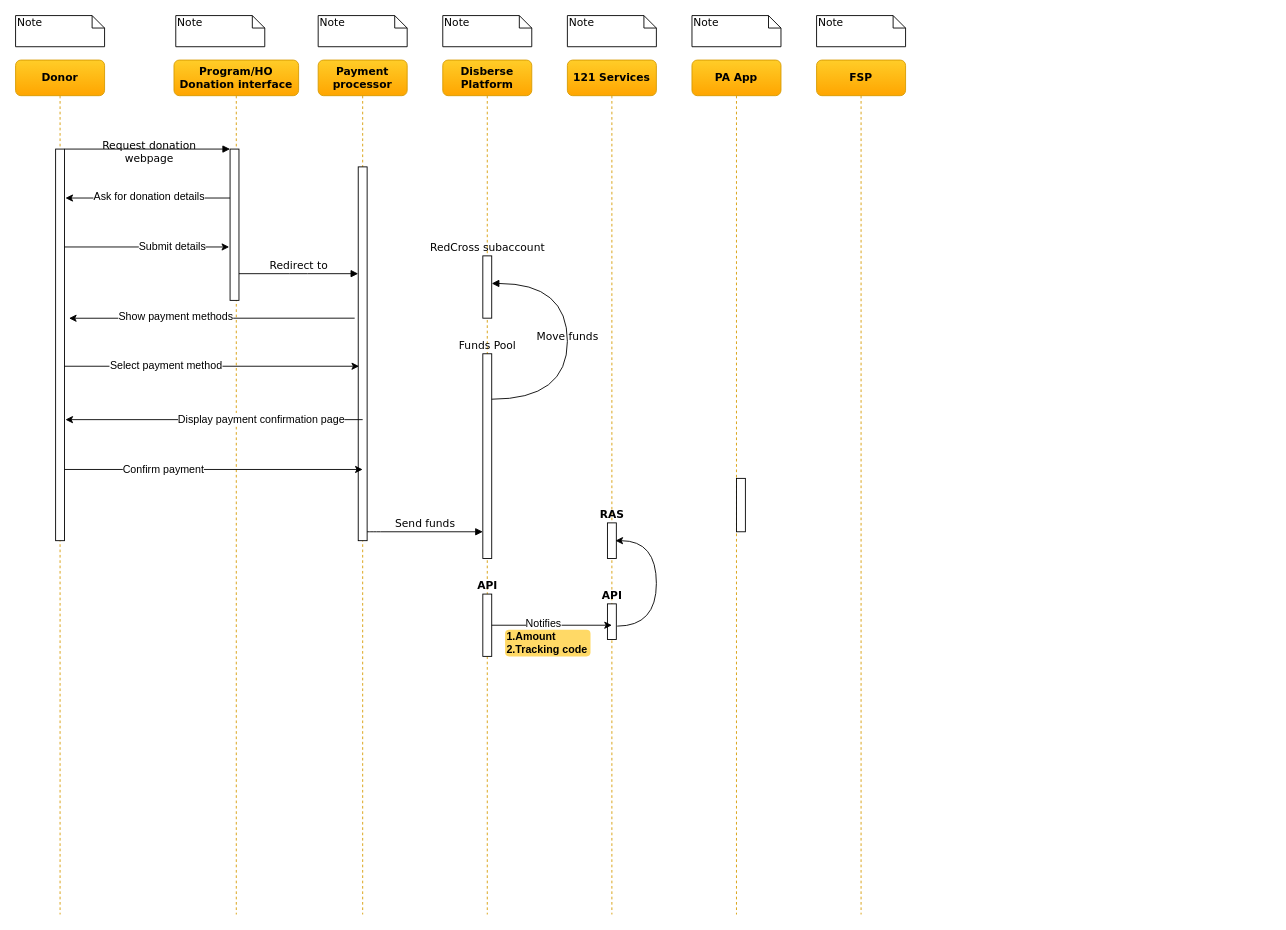
This is page "Page-1" (1 of 2) of Funds Flow Sequence Diagram.drawio from nsward/diagrams, a draw.io file, before an edit. Source tidied: cells renumbered, new cells numbered last; positions are measured from the earlier drawing's top-left corner, leaving out a move shared by most shapes. Both pictures are drawn from the tidied source at 89%, with x=0, y=0 at pixel (15, 15).
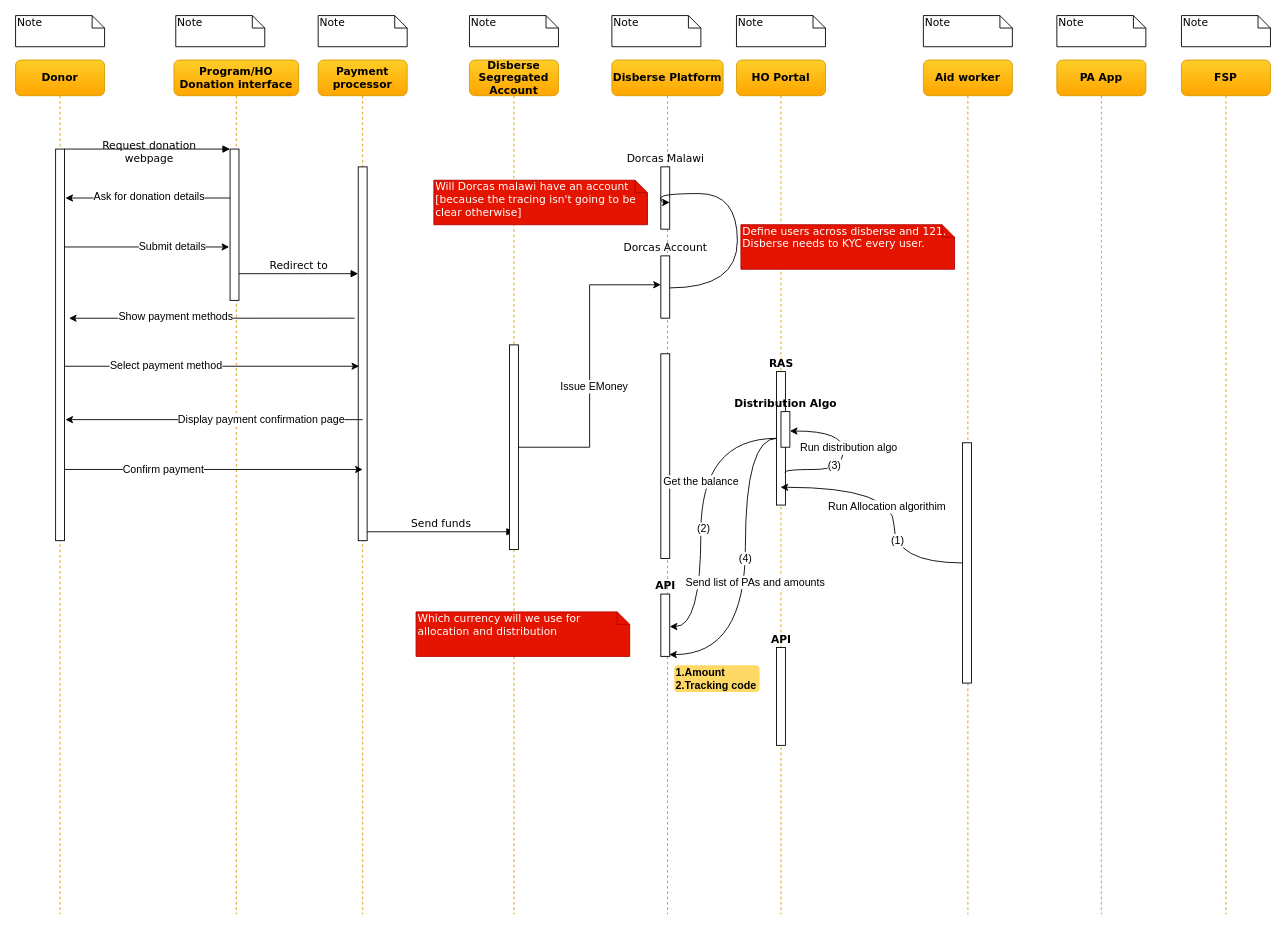
The same diagram, later.

Change to the diagram source:
```diff
@@
     <mxCell id="6" value="Disberse Platform" style="shape=umlLifeline;perimeter=lifelinePerimeter;whiteSpace=wrap;html=1;rounded=1;shadow=0;comic=0;labelBackgroundColor=none;strokeColor=#d79b00;strokeWidth=1;fillColor=#ffcd28;fontFamily=Verdana;fontSize=12;fontColor=#000000;align=center;fontStyle=1;gradientColor=#ffa500;" parent="1" vertex="1">
-      <mxGeometry x="480" y="50" width="100" height="960" as="geometry" />
+      <mxGeometry x="670" y="50" width="125" height="960" as="geometry" />
     </mxCell>
-    <mxCell id="7" value="Funds Pool" style="html=1;points=[];perimeter=orthogonalPerimeter;rounded=0;shadow=0;comic=0;labelBackgroundColor=none;strokeColor=#000000;strokeWidth=1;fillColor=#FFFFFF;fontFamily=Verdana;fontSize=12;fontColor=#000000;align=center;labelPosition=center;verticalLabelPosition=top;verticalAlign=bottom;" parent="6" vertex="1">
-      <mxGeometry x="45" y="330" width="10" height="230" as="geometry" />
-    </mxCell>
+    <mxCell id="45" value="Dorcas Malawi" style="html=1;points=[];perimeter=orthogonalPerimeter;rounded=0;shadow=0;comic=0;labelBackgroundColor=none;strokeColor=#000000;strokeWidth=1;fillColor=#FFFFFF;fontFamily=Verdana;fontSize=12;fontColor=#000000;align=center;verticalAlign=bottom;labelPosition=center;verticalLabelPosition=top;" parent="6" vertex="1">
+      <mxGeometry x="55" y="120" width="10" height="70" as="geometry" />
+    </mxCell>
+    <mxCell id="9" value="HO Portal" style="shape=umlLifeline;perimeter=lifelinePerimeter;whiteSpace=wrap;html=1;outlineConnect=0;rounded=1;shadow=0;comic=0;labelBackgroundColor=none;strokeColor=#d79b00;strokeWidth=1;fillColor=#ffcd28;fontFamily=Verdana;fontSize=12;fontColor=#000000;align=center;fontStyle=1;gradientColor=#ffa500;" parent="1" vertex="1">
+      <mxGeometry x="810" y="50" width="100" height="960" as="geometry" />
+    </mxCell>
-    <mxCell id="8" value="API" style="html=1;points=[];perimeter=orthogonalPerimeter;rounded=0;shadow=0;comic=0;labelBackgroundColor=none;strokeColor=#000000;strokeWidth=1;fillColor=#FFFFFF;fontFamily=Verdana;fontSize=12;fontColor=#000000;align=center;verticalAlign=bottom;labelPosition=center;verticalLabelPosition=top;fontStyle=1;" parent="6" vertex="1">
-      <mxGeometry x="45" y="600" width="10" height="70" as="geometry" />
+    <mxCell id="8" value="API" style="html=1;points=[];perimeter=orthogonalPerimeter;rounded=0;shadow=0;comic=0;labelBackgroundColor=none;strokeColor=#000000;strokeWidth=1;fillColor=#FFFFFF;fontFamily=Verdana;fontSize=12;fontColor=#000000;align=center;verticalAlign=bottom;labelPosition=center;verticalLabelPosition=top;fontStyle=1;" parent="9" vertex="1">
+      <mxGeometry x="45" y="660" width="10" height="110" as="geometry" />
     </mxCell>
-    <mxCell id="9" value="121 Services" style="shape=umlLifeline;perimeter=lifelinePerimeter;whiteSpace=wrap;html=1;outlineConnect=0;rounded=1;shadow=0;comic=0;labelBackgroundColor=none;strokeColor=#d79b00;strokeWidth=1;fillColor=#ffcd28;fontFamily=Verdana;fontSize=12;fontColor=#000000;align=center;fontStyle=1;gradientColor=#ffa500;" parent="1" vertex="1">
-      <mxGeometry x="620" y="50" width="100" height="960" as="geometry" />
-    </mxCell>
-    <mxCell id="10" value="RAS" style="html=1;points=[];perimeter=orthogonalPerimeter;rounded=0;shadow=0;comic=0;labelBackgroundColor=none;strokeColor=#000000;strokeWidth=1;fillColor=#FFFFFF;fontFamily=Verdana;fontSize=12;fontColor=#000000;align=center;verticalAlign=bottom;labelPosition=center;verticalLabelPosition=top;fontStyle=1;" parent="9" vertex="1">
-      <mxGeometry x="45" y="520" width="10" height="40" as="geometry" />
-    </mxCell>
+    <mxCell id="19" value="RAS" style="html=1;points=[];perimeter=orthogonalPerimeter;rounded=0;shadow=0;comic=0;labelBackgroundColor=none;strokeColor=#000000;strokeWidth=1;fillColor=#FFFFFF;fontFamily=Verdana;fontSize=12;fontColor=#000000;align=center;labelPosition=center;verticalLabelPosition=top;verticalAlign=bottom;fontStyle=1;" parent="9" vertex="1">
+      <mxGeometry x="45" y="350" width="10" height="150" as="geometry" />
+    </mxCell>
     <mxCell id="11" value="PA App" style="shape=umlLifeline;perimeter=lifelinePerimeter;whiteSpace=wrap;html=1;rounded=1;shadow=0;comic=0;labelBackgroundColor=none;strokeColor=#d79b00;strokeWidth=1;fillColor=#ffcd28;fontFamily=Verdana;fontSize=12;fontColor=#000000;align=center;fontStyle=1;gradientColor=#ffa500;" parent="1" vertex="1">
-      <mxGeometry x="760" y="50" width="100" height="960" as="geometry" />
+      <mxGeometry x="1170" y="50" width="100" height="960" as="geometry" />
     </mxCell>
     <mxCell id="12" value="FSP" style="shape=umlLifeline;perimeter=lifelinePerimeter;whiteSpace=wrap;html=1;rounded=1;shadow=0;comic=0;labelBackgroundColor=none;strokeWidth=1;fillColor=#ffcd28;fontFamily=Verdana;fontSize=12;align=center;fontStyle=1;strokeColor=#d79b00;gradientColor=#ffa500;" parent="1" vertex="1">
-      <mxGeometry x="900" y="50" width="100" height="960" as="geometry" />
+      <mxGeometry x="1310" y="50" width="100" height="960" as="geometry" />
     </mxCell>
@@
+    <mxCell id="46" style="edgeStyle=orthogonalEdgeStyle;curved=1;rounded=0;jettySize=auto;html=1;entryX=1;entryY=0.571;entryDx=0;entryDy=0;entryPerimeter=0;" parent="1" edge="1" source="15" target="45">
+      <mxGeometry relative="1" as="geometry">
+        <Array as="points">
+          <mxPoint x="811" y="306" />
+          <mxPoint x="811" y="200" />
+          <mxPoint x="725" y="200" />
+        </Array>
+      </mxGeometry>
+    </mxCell>
-    <mxCell id="15" value="RedCross subaccount" style="html=1;points=[];perimeter=orthogonalPerimeter;rounded=0;shadow=0;comic=0;labelBackgroundColor=none;strokeColor=#000000;strokeWidth=1;fillColor=#FFFFFF;fontFamily=Verdana;fontSize=12;fontColor=#000000;align=center;verticalAlign=bottom;labelPosition=center;verticalLabelPosition=top;" parent="1" vertex="1">
-      <mxGeometry x="525" y="270" width="10" height="70" as="geometry" />
+    <mxCell id="15" value="Dorcas Account" style="html=1;points=[];perimeter=orthogonalPerimeter;rounded=0;shadow=0;comic=0;labelBackgroundColor=none;strokeColor=#000000;strokeWidth=1;fillColor=#FFFFFF;fontFamily=Verdana;fontSize=12;fontColor=#000000;align=center;verticalAlign=bottom;labelPosition=center;verticalLabelPosition=top;" parent="1" vertex="1">
+      <mxGeometry x="725" y="270" width="10" height="70" as="geometry" />
     </mxCell>
-    <mxCell id="16" value="Send funds" style="html=1;verticalAlign=bottom;endArrow=block;labelBackgroundColor=none;fontFamily=Verdana;fontSize=12;edgeStyle=elbowEdgeStyle;elbow=vertical;" parent="1" edge="1">
+    <mxCell id="16" value="Send funds" style="html=1;verticalAlign=bottom;endArrow=block;labelBackgroundColor=none;fontFamily=Verdana;fontSize=12;edgeStyle=elbowEdgeStyle;elbow=vertical;entryX=0.5;entryY=0.913;entryDx=0;entryDy=0;entryPerimeter=0;" parent="1" edge="1" target="49">
       <mxGeometry relative="1" as="geometry">
         <mxPoint x="395" y="580" as="sourcePoint" />
-        <mxPoint x="525" y="580" as="targetPoint" />
         <Array as="points">
           <mxPoint x="400" y="580" />
         </Array>
       </mxGeometry>
     </mxCell>
-    <mxCell id="17" style="edgeStyle=orthogonalEdgeStyle;curved=1;rounded=0;jettySize=auto;html=1;entryX=0.9;entryY=0.5;entryDx=0;entryDy=0;entryPerimeter=0;exitX=1.1;exitY=0.625;exitDx=0;exitDy=0;exitPerimeter=0;" parent="1" edge="1" source="18" target="10">
-      <mxGeometry relative="1" as="geometry">
-        <Array as="points">
-          <mxPoint x="720" y="686" />
-          <mxPoint x="720" y="590" />
-        </Array>
-      </mxGeometry>
-    </mxCell>
-    <mxCell id="18" value="API" style="html=1;points=[];perimeter=orthogonalPerimeter;rounded=0;shadow=0;comic=0;labelBackgroundColor=none;strokeColor=#000000;strokeWidth=1;fillColor=#FFFFFF;fontFamily=Verdana;fontSize=12;fontColor=#000000;align=center;verticalAlign=bottom;labelPosition=center;verticalLabelPosition=top;fontStyle=1;" parent="1" vertex="1">
-      <mxGeometry x="665" y="661" width="10" height="40" as="geometry" />
-    </mxCell>
-    <mxCell id="19" style="html=1;points=[];perimeter=orthogonalPerimeter;rounded=0;shadow=0;comic=0;labelBackgroundColor=none;strokeColor=#000000;strokeWidth=1;fillColor=#FFFFFF;fontFamily=Verdana;fontSize=12;fontColor=#000000;align=center;" parent="1" vertex="1">
-      <mxGeometry x="810" y="520" width="10" height="60" as="geometry" />
-    </mxCell>
@@
     <mxCell id="25" value="Note" style="shape=note;whiteSpace=wrap;html=1;size=14;verticalAlign=top;align=left;spacingTop=-6;rounded=0;shadow=0;comic=0;labelBackgroundColor=none;strokeColor=#000000;strokeWidth=1;fillColor=#FFFFFF;fontFamily=Verdana;fontSize=12;fontColor=#000000;" parent="1" vertex="1">
-      <mxGeometry x="480" width="100" height="35" as="geometry" />
+      <mxGeometry x="670" width="100" height="35" as="geometry" />
     </mxCell>
     <mxCell id="26" value="Note" style="shape=note;whiteSpace=wrap;html=1;size=14;verticalAlign=top;align=left;spacingTop=-6;rounded=0;shadow=0;comic=0;labelBackgroundColor=none;strokeColor=#000000;strokeWidth=1;fillColor=#FFFFFF;fontFamily=Verdana;fontSize=12;fontColor=#000000;" parent="1" vertex="1">
-      <mxGeometry x="620" width="100" height="35" as="geometry" />
+      <mxGeometry x="810" width="100" height="35" as="geometry" />
     </mxCell>
     <mxCell id="27" value="Note" style="shape=note;whiteSpace=wrap;html=1;size=14;verticalAlign=top;align=left;spacingTop=-6;rounded=0;shadow=0;comic=0;labelBackgroundColor=none;strokeColor=#000000;strokeWidth=1;fillColor=#FFFFFF;fontFamily=Verdana;fontSize=12;fontColor=#000000;" parent="1" vertex="1">
-      <mxGeometry x="760" width="100" height="35" as="geometry" />
+      <mxGeometry x="1170" width="100" height="35" as="geometry" />
     </mxCell>
     <mxCell id="28" value="Note" style="shape=note;whiteSpace=wrap;html=1;size=14;verticalAlign=top;align=left;spacingTop=-6;rounded=0;shadow=0;comic=0;labelBackgroundColor=none;strokeColor=#000000;strokeWidth=1;fillColor=#FFFFFF;fontFamily=Verdana;fontSize=12;fontColor=#000000;" parent="1" vertex="1">
-      <mxGeometry x="900" width="100" height="35" as="geometry" />
+      <mxGeometry x="1310" width="100" height="35" as="geometry" />
     </mxCell>
@@
-    <mxCell id="41" style="edgeStyle=orthogonalEdgeStyle;rounded=0;jettySize=auto;html=1;entryX=0.5;entryY=0.6;entryDx=0;entryDy=0;entryPerimeter=0;" parent="1" edge="1" source="8" target="18">
-      <mxGeometry relative="1" as="geometry" />
-    </mxCell>
-    <mxCell id="42" value="Notifies" style="text;html=1;align=center;verticalAlign=middle;labelBackgroundColor=#ffffff;" parent="41" vertex="1">
-      <mxGeometry x="-0.16" y="2" relative="1" as="geometry" />
-    </mxCell>
     <mxCell id="43" value="1.Amount&lt;br&gt;2.Tracking code&lt;br&gt;" style="rounded=1;fontStyle=1;fillColor=#FFD966;strokeColor=none;spacing=2;align=left;html=1;" parent="1" vertex="1">
-      <mxGeometry x="550" y="690" width="96" height="30" as="geometry" />
+      <mxGeometry x="740" y="730" width="96" height="30" as="geometry" />
     </mxCell>
-    <mxCell id="44" value="Move funds" style="html=1;verticalAlign=bottom;endArrow=block;labelBackgroundColor=none;fontFamily=Verdana;fontSize=12;elbow=vertical;edgeStyle=orthogonalEdgeStyle;curved=1;exitX=1;exitY=0.222;exitPerimeter=0;exitDx=0;exitDy=0;entryX=1;entryY=0.443;entryDx=0;entryDy=0;entryPerimeter=0;" parent="1" edge="1" source="7" target="15">
-      <mxGeometry x="-0.03" relative="1" as="geometry">
-        <Array as="points">
-          <mxPoint x="620" y="431" />
-          <mxPoint x="620" y="301" />
-        </Array>
-      </mxGeometry>
-    </mxCell>
+    <mxCell id="47" value="Disberse Segregated Account" style="shape=umlLifeline;perimeter=lifelinePerimeter;whiteSpace=wrap;html=1;rounded=1;shadow=0;comic=0;labelBackgroundColor=none;strokeColor=#d79b00;strokeWidth=1;fillColor=#ffcd28;fontFamily=Verdana;fontSize=12;fontColor=#000000;align=center;fontStyle=1;gradientColor=#ffa500;" parent="1" vertex="1">
+      <mxGeometry x="510" y="50" width="100" height="960" as="geometry" />
+    </mxCell>
+    <mxCell id="48" style="html=1;perimeter=orthogonalPerimeter;rounded=0;shadow=0;comic=0;labelBackgroundColor=none;strokeColor=#000000;strokeWidth=1;fillColor=#FFFFFF;fontFamily=Verdana;fontSize=12;fontColor=#000000;align=center;labelPosition=center;verticalLabelPosition=top;verticalAlign=bottom;" parent="47" vertex="1">
+      <mxGeometry x="215" y="330" width="10" height="230" as="geometry" />
+    </mxCell>
+    <mxCell id="18" value="API" style="html=1;points=[];perimeter=orthogonalPerimeter;rounded=0;shadow=0;comic=0;labelBackgroundColor=none;strokeColor=#000000;strokeWidth=1;fillColor=#FFFFFF;fontFamily=Verdana;fontSize=12;fontColor=#000000;align=center;verticalAlign=bottom;labelPosition=center;verticalLabelPosition=top;fontStyle=1;" parent="47" vertex="1">
+      <mxGeometry x="215" y="600" width="10" height="70" as="geometry" />
+    </mxCell>
+    <mxCell id="49" style="html=1;points=[];perimeter=orthogonalPerimeter;rounded=0;shadow=0;comic=0;labelBackgroundColor=none;strokeColor=#000000;strokeWidth=1;fillColor=#FFFFFF;fontFamily=Verdana;fontSize=12;fontColor=#000000;align=center;labelPosition=center;verticalLabelPosition=top;verticalAlign=bottom;" parent="47" vertex="1">
+      <mxGeometry x="45" y="320" width="10" height="230" as="geometry" />
+    </mxCell>
+    <mxCell id="50" value="Note" style="shape=note;whiteSpace=wrap;html=1;size=14;verticalAlign=top;align=left;spacingTop=-6;rounded=0;shadow=0;comic=0;labelBackgroundColor=none;strokeColor=#000000;strokeWidth=1;fillColor=#FFFFFF;fontFamily=Verdana;fontSize=12;fontColor=#000000;" parent="1" vertex="1">
+      <mxGeometry x="510" width="100" height="35" as="geometry" />
+    </mxCell>
+    <mxCell id="51" style="edgeStyle=orthogonalEdgeStyle;rounded=0;jettySize=auto;html=1;entryX=0;entryY=0.464;entryDx=0;entryDy=0;entryPerimeter=0;" parent="1" edge="1" source="49" target="15">
+      <mxGeometry relative="1" as="geometry" />
+    </mxCell>
+    <mxCell id="52" value="Issue EMoney" style="text;html=1;align=center;verticalAlign=middle;labelBackgroundColor=#ffffff;" parent="51" vertex="1">
+      <mxGeometry x="-0.13" y="-4" relative="1" as="geometry" />
+    </mxCell>
+    <mxCell id="53" value="Will Dorcas malawi have an account [because the tracing isn't going to be clear otherwise]" style="shape=note;whiteSpace=wrap;html=1;size=14;verticalAlign=top;align=left;spacingTop=-6;rounded=0;shadow=0;comic=0;labelBackgroundColor=none;strokeColor=#B20000;strokeWidth=1;fillColor=#e51400;fontFamily=Verdana;fontSize=12;fontColor=#ffffff;" parent="1" vertex="1">
+      <mxGeometry x="470" y="185" width="240" height="50" as="geometry" />
+    </mxCell>
+    <mxCell id="54" value="Define users across disberse and 121.&lt;br&gt;Disberse needs to KYC every user.&lt;br&gt;" style="shape=note;whiteSpace=wrap;html=1;size=14;verticalAlign=top;align=left;spacingTop=-6;rounded=0;shadow=0;comic=0;labelBackgroundColor=none;strokeColor=#B20000;strokeWidth=1;fillColor=#e51400;fontFamily=Verdana;fontSize=12;fontColor=#ffffff;" parent="1" vertex="1">
+      <mxGeometry x="815" y="235" width="240" height="50" as="geometry" />
+    </mxCell>
+    <mxCell id="55" value="Which currency will we use for allocation and distribution" style="shape=note;whiteSpace=wrap;html=1;size=14;verticalAlign=top;align=left;spacingTop=-6;rounded=0;shadow=0;comic=0;labelBackgroundColor=none;strokeColor=#B20000;strokeWidth=1;fillColor=#e51400;fontFamily=Verdana;fontSize=12;fontColor=#ffffff;" parent="1" vertex="1">
+      <mxGeometry x="450" y="670" width="240" height="50" as="geometry" />
+    </mxCell>
+    <mxCell id="56" style="edgeStyle=orthogonalEdgeStyle;curved=1;rounded=0;jettySize=auto;html=1;entryX=1;entryY=0.521;entryDx=0;entryDy=0;entryPerimeter=0;" parent="1" edge="1" source="19" target="18">
+      <mxGeometry relative="1" as="geometry">
+        <Array as="points">
+          <mxPoint x="770" y="475" />
+          <mxPoint x="770" y="686" />
+        </Array>
+      </mxGeometry>
+    </mxCell>
+    <mxCell id="57" value="Get the balance" style="text;html=1;align=center;verticalAlign=middle;labelBackgroundColor=#ffffff;" parent="56" vertex="1">
+      <mxGeometry x="-0.2" y="-1" relative="1" as="geometry" />
+    </mxCell>
+    <mxCell id="58" value="(2)" style="text;html=1;align=center;verticalAlign=middle;labelBackgroundColor=#ffffff;" parent="56" vertex="1">
+      <mxGeometry x="0.12" y="2" relative="1" as="geometry" />
+    </mxCell>
+    <mxCell id="59" value="Aid worker" style="shape=umlLifeline;perimeter=lifelinePerimeter;whiteSpace=wrap;html=1;rounded=1;shadow=0;comic=0;labelBackgroundColor=none;strokeColor=#d79b00;strokeWidth=1;fillColor=#ffcd28;fontFamily=Verdana;fontSize=12;fontColor=#000000;align=center;fontStyle=1;gradientColor=#ffa500;" parent="1" vertex="1">
+      <mxGeometry x="1020" y="50" width="100" height="960" as="geometry" />
+    </mxCell>
+    <mxCell id="10" style="html=1;points=[];perimeter=orthogonalPerimeter;rounded=0;shadow=0;comic=0;labelBackgroundColor=none;strokeColor=#000000;strokeWidth=1;fillColor=#FFFFFF;fontFamily=Verdana;fontSize=12;fontColor=#000000;align=center;verticalAlign=bottom;labelPosition=center;verticalLabelPosition=top;fontStyle=1;" parent="59" vertex="1">
+      <mxGeometry x="44" y="430" width="10" height="270" as="geometry" />
+    </mxCell>
+    <mxCell id="60" value="Note" style="shape=note;whiteSpace=wrap;html=1;size=14;verticalAlign=top;align=left;spacingTop=-6;rounded=0;shadow=0;comic=0;labelBackgroundColor=none;strokeColor=#000000;strokeWidth=1;fillColor=#FFFFFF;fontFamily=Verdana;fontSize=12;fontColor=#000000;" parent="1" vertex="1">
+      <mxGeometry x="1020" width="100" height="35" as="geometry" />
+    </mxCell>
+    <mxCell id="61" style="edgeStyle=orthogonalEdgeStyle;curved=1;rounded=0;jettySize=auto;html=1;" parent="1" edge="1" source="10" target="9">
+      <mxGeometry relative="1" as="geometry" />
+    </mxCell>
+    <mxCell id="62" value="Run Allocation algorithim" style="text;html=1;align=center;verticalAlign=middle;labelBackgroundColor=#ffffff;" parent="61" vertex="1">
+      <mxGeometry x="0.18" y="21" relative="1" as="geometry" />
+    </mxCell>
+    <mxCell id="63" value="(1)" style="text;html=1;align=center;verticalAlign=middle;labelBackgroundColor=#ffffff;" parent="61" vertex="1">
+      <mxGeometry x="-0.49" y="-26" relative="1" as="geometry" />
+    </mxCell>
+    <mxCell id="64" value="Distribution Algo" style="html=1;points=[];perimeter=orthogonalPerimeter;rounded=0;shadow=0;comic=0;labelBackgroundColor=none;strokeColor=#000000;strokeWidth=1;fillColor=#FFFFFF;fontFamily=Verdana;fontSize=12;fontColor=#000000;align=center;verticalAlign=bottom;labelPosition=center;verticalLabelPosition=top;fontStyle=1;" parent="1" vertex="1">
+      <mxGeometry x="860" y="445" width="10" height="40" as="geometry" />
+    </mxCell>
+    <mxCell id="65" style="edgeStyle=orthogonalEdgeStyle;curved=1;rounded=0;jettySize=auto;html=1;entryX=1;entryY=0.545;entryDx=0;entryDy=0;entryPerimeter=0;exitX=0.94;exitY=0.755;exitDx=0;exitDy=0;exitPerimeter=0;" parent="1" edge="1" source="19" target="64">
+      <mxGeometry relative="1" as="geometry">
+        <Array as="points">
+          <mxPoint x="864" y="510" />
+          <mxPoint x="930" y="510" />
+          <mxPoint x="930" y="467" />
+        </Array>
+      </mxGeometry>
+    </mxCell>
+    <mxCell id="66" value="(3)" style="text;html=1;align=center;verticalAlign=middle;labelBackgroundColor=#ffffff;" parent="65" vertex="1">
+      <mxGeometry x="-0.33" y="5" relative="1" as="geometry" />
+    </mxCell>
+    <mxCell id="67" value="Run distribution algo" style="text;html=1;align=center;verticalAlign=middle;labelBackgroundColor=#ffffff;" parent="65" vertex="1">
+      <mxGeometry x="0.19" y="2" relative="1" as="geometry">
+        <mxPoint x="7" y="9" as="offset" />
+      </mxGeometry>
+    </mxCell>
+    <mxCell id="68" style="edgeStyle=orthogonalEdgeStyle;curved=1;rounded=0;jettySize=auto;html=1;entryX=0.94;entryY=0.971;entryDx=0;entryDy=0;entryPerimeter=0;" parent="1" edge="1" source="19" target="18">
+      <mxGeometry relative="1" as="geometry">
+        <Array as="points">
+          <mxPoint x="820" y="475" />
+          <mxPoint x="820" y="718" />
+        </Array>
+      </mxGeometry>
+    </mxCell>
+    <mxCell id="69" value="(4)" style="text;html=1;align=center;verticalAlign=middle;labelBackgroundColor=#ffffff;" parent="68" vertex="1">
+      <mxGeometry x="-0.07" y="-1" relative="1" as="geometry" />
+    </mxCell>
+    <mxCell id="70" value="Send list of PAs and amounts" style="text;html=1;align=center;verticalAlign=middle;labelBackgroundColor=#ffffff;" parent="68" vertex="1">
+      <mxGeometry x="-0.31" y="-1" relative="1" as="geometry">
+        <mxPoint x="11" y="71" as="offset" />
+      </mxGeometry>
+    </mxCell>
```
